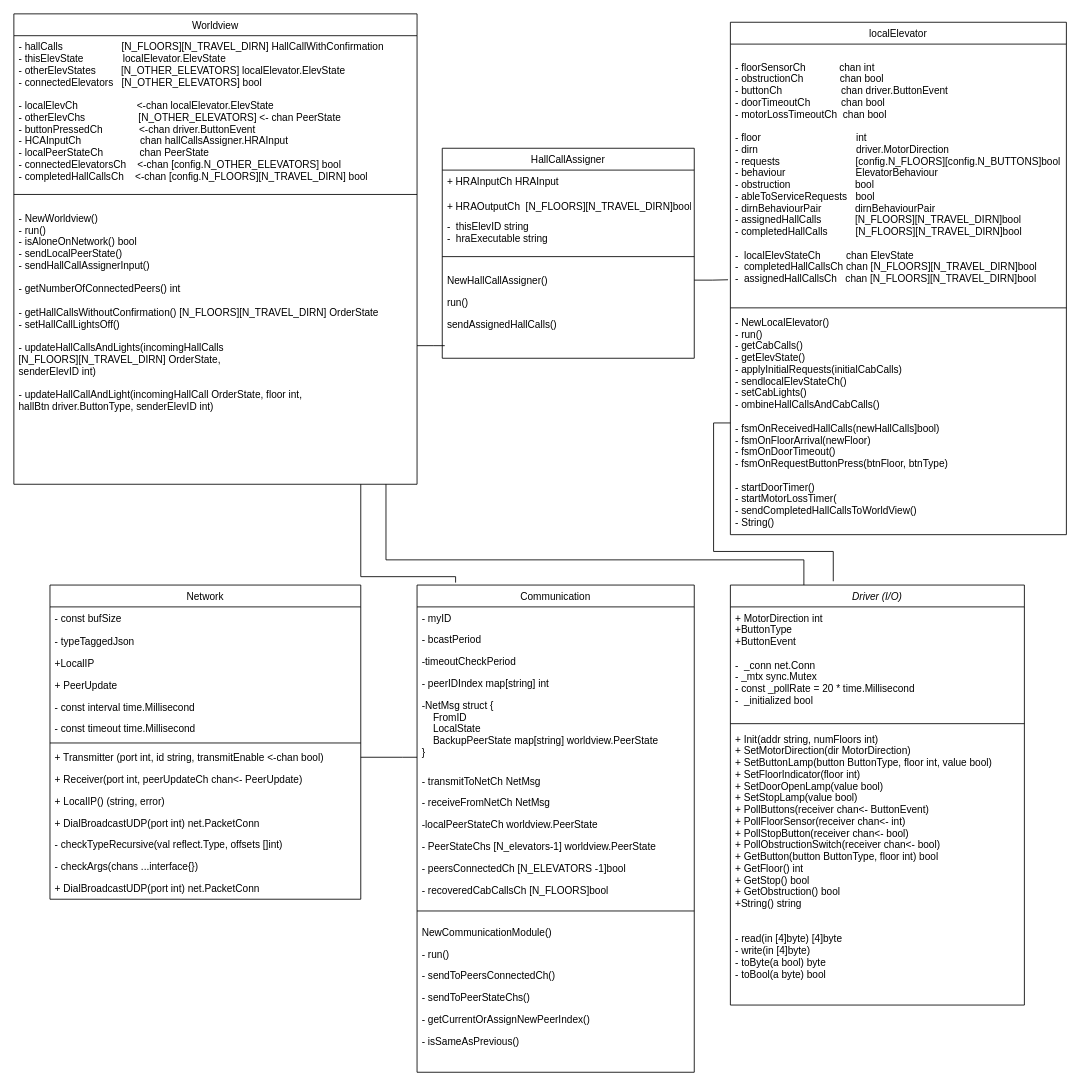
Above: Diagrammer/final_class_diagram.drawio in MathiasSagerup/Sanntid (draw.io), before the change. Source tidied: cells renumbered, new cells numbered last; positions are measured from the earlier drawing's top-left corner, leaving out a move shared by most shapes. Both pictures are drawn from the tidied source at 84%, with x=0, y=0 at pixel (13, 13).
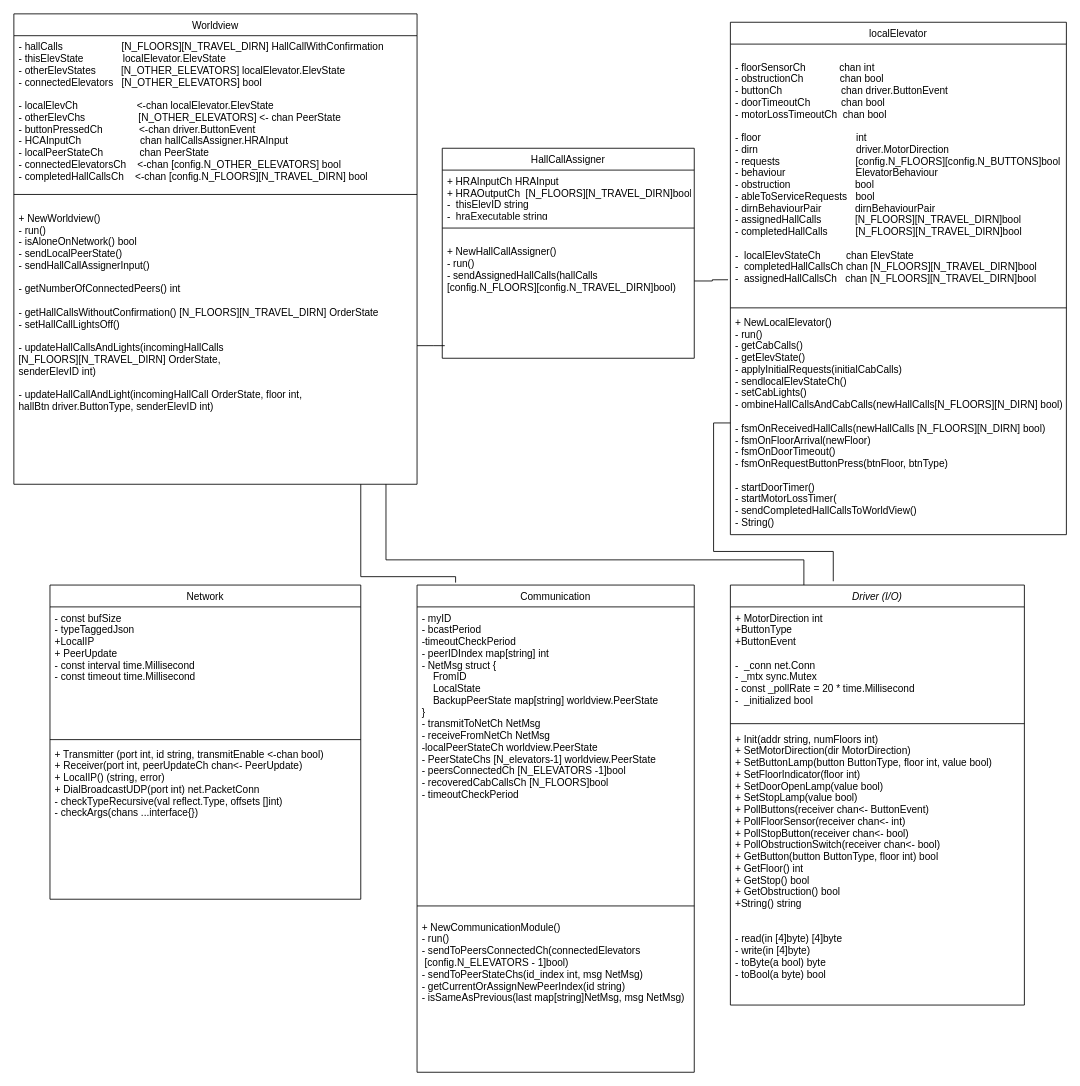
After the change.

Unchanged cells that the change refers to:
```xml
<mxCell id="6" value="localElevator" style="swimlane;fontStyle=0;align=center;verticalAlign=top;horizontal=1;startSize=26;rounded=0;shadow=0;strokeWidth=1;" parent="1" vertex="1">
  <mxGeometry x="853" y="10" width="400" height="610" as="geometry" />
</mxCell>
<mxCell id="10" value="Communication" style="swimlane;fontStyle=0;align=center;verticalAlign=top;horizontal=1;startSize=26;rounded=0;shadow=0;strokeWidth=1;" parent="1" vertex="1">
  <mxGeometry x="480" y="680" width="330" height="580" as="geometry" />
</mxCell>
<mxCell id="29" value="Worldview" style="swimlane;fontStyle=0;align=center;verticalAlign=top;horizontal=1;startSize=26;rounded=0;shadow=0;strokeWidth=1;" parent="1" vertex="1">
  <mxGeometry width="480" height="560" as="geometry" />
</mxCell>
<mxCell id="34" value="HallCallAssigner" style="swimlane;fontStyle=0;align=center;verticalAlign=top;horizontal=1;startSize=26;rounded=0;shadow=0;strokeWidth=1;" parent="1" vertex="1">
  <mxGeometry x="510" y="160" width="300" height="250" as="geometry" />
</mxCell>
<mxCell id="42" value="Network" style="swimlane;fontStyle=0;align=center;verticalAlign=top;horizontal=1;startSize=26;rounded=0;shadow=0;strokeWidth=1;" parent="1" vertex="1">
  <mxGeometry x="43" y="680" width="370" height="374" as="geometry" />
</mxCell>
```

Diff of the diagram source:
```diff
@@
-    <mxCell id="9" value="- NewLocalElevator()&#10;- run()&#10;- getCabCalls()&#10;- getElevState()&#10;- applyInitialRequests(initialCabCalls)&#10;- sendlocalElevStateCh()&#10;- setCabLights()&#10;- ombineHallCallsAndCabCalls()&#10;&#10;- fsmOnReceivedHallCalls(newHallCalls]bool)&#10;- fsmOnFloorArrival(newFloor)&#10;- fsmOnDoorTimeout()&#10;- fsmOnRequestButtonPress(btnFloor, btnType)&#10;&#10;- startDoorTimer()&#10;- startMotorLossTimer(&#10;- sendCompletedHallCallsToWorldView()&#10;- String()&#10;&#10;&#10;" style="text;align=left;verticalAlign=top;spacingLeft=4;spacingRight=4;overflow=hidden;points=[[0,0.5],[1,0.5]];portConstraint=eastwest;rounded=0;shadow=0;html=0;" parent="6" vertex="1">
+    <mxCell id="9" value="+ NewLocalElevator()&#10;- run()&#10;- getCabCalls()&#10;- getElevState()&#10;- applyInitialRequests(initialCabCalls)&#10;- sendlocalElevStateCh()&#10;- setCabLights()&#10;- ombineHallCallsAndCabCalls(newHallCalls[N_FLOORS][N_DIRN] bool)&#10;&#10;- fsmOnReceivedHallCalls(newHallCalls [N_FLOORS][N_DIRN] bool)&#10;- fsmOnFloorArrival(newFloor)&#10;- fsmOnDoorTimeout()&#10;- fsmOnRequestButtonPress(btnFloor, btnType)&#10;&#10;- startDoorTimer()&#10;- startMotorLossTimer(&#10;- sendCompletedHallCallsToWorldView()&#10;- String()&#10;&#10;&#10;" style="text;align=left;verticalAlign=top;spacingLeft=4;spacingRight=4;overflow=hidden;points=[[0,0.5],[1,0.5]];portConstraint=eastwest;rounded=0;shadow=0;html=0;" parent="6" vertex="1">
       <mxGeometry y="344" width="400" height="266" as="geometry" />
     </mxCell>
@@
-    <mxCell id="11" value="- myID" style="text;align=left;verticalAlign=top;spacingLeft=4;spacingRight=4;overflow=hidden;rounded=0;shadow=0;html=0;" parent="10" vertex="1">
-      <mxGeometry y="26" width="330" height="26" as="geometry" />
+    <mxCell id="11" value="- myID&#10;- bcastPeriod&#10;-timeoutCheckPeriod&#10;- peerIDIndex map[string] int&#10;- NetMsg struct {&#10;    FromID&#10;    LocalState&#10;    BackupPeerState map[string] worldview.PeerState&#10;}&#10;- transmitToNetCh NetMsg&#10;- receiveFromNetCh NetMsg&#10;-localPeerStateCh worldview.PeerState&#10;- PeerStateChs [N_elevators-1] worldview.PeerState&#10;- peersConnectedCh [N_ELEVATORS -1]bool&#10;- recoveredCabCallsCh [N_FLOORS]bool&#10;- timeoutCheckPeriod" style="text;align=left;verticalAlign=top;spacingLeft=4;spacingRight=4;overflow=hidden;rounded=0;shadow=0;html=0;" parent="10" vertex="1">
+      <mxGeometry y="26" width="330" height="344" as="geometry" />
     </mxCell>
-    <mxCell id="12" value="- bcastPeriod" style="text;align=left;verticalAlign=top;spacingLeft=4;spacingRight=4;overflow=hidden;rounded=0;shadow=0;html=0;" parent="10" vertex="1">
-      <mxGeometry y="52" width="330" height="26" as="geometry" />
-    </mxCell>
-    <mxCell id="13" value="-timeoutCheckPeriod" style="text;align=left;verticalAlign=top;spacingLeft=4;spacingRight=4;overflow=hidden;rounded=0;shadow=0;html=0;" parent="10" vertex="1">
-      <mxGeometry y="78" width="330" height="26" as="geometry" />
-    </mxCell>
-    <mxCell id="14" value="- peerIDIndex map[string] int" style="text;align=left;verticalAlign=top;spacingLeft=4;spacingRight=4;overflow=hidden;rounded=0;shadow=0;html=0;" parent="10" vertex="1">
-      <mxGeometry y="104" width="330" height="26" as="geometry" />
-    </mxCell>
-    <mxCell id="15" value="-NetMsg struct {&#10;    FromID&#10;    LocalState&#10;    BackupPeerState map[string] worldview.PeerState&#10;}&#10;" style="text;align=left;verticalAlign=top;spacingLeft=4;spacingRight=4;overflow=hidden;points=[[0,0.5],[1,0.5]];portConstraint=eastwest;rounded=0;shadow=0;html=0;" parent="10" vertex="1">
-      <mxGeometry y="130" width="330" height="90" as="geometry" />
-    </mxCell>
-    <mxCell id="16" value="- transmitToNetCh NetMsg" style="text;align=left;verticalAlign=top;spacingLeft=4;spacingRight=4;overflow=hidden;rounded=0;shadow=0;html=0;" parent="10" vertex="1">
-      <mxGeometry y="220" width="330" height="26" as="geometry" />
-    </mxCell>
-    <mxCell id="17" value="- receiveFromNetCh NetMsg" style="text;align=left;verticalAlign=top;spacingLeft=4;spacingRight=4;overflow=hidden;rounded=0;shadow=0;html=0;" parent="10" vertex="1">
-      <mxGeometry y="246" width="330" height="26" as="geometry" />
-    </mxCell>
-    <mxCell id="18" value="-localPeerStateCh worldview.PeerState" style="text;align=left;verticalAlign=top;spacingLeft=4;spacingRight=4;overflow=hidden;rounded=0;shadow=0;html=0;" parent="10" vertex="1">
-      <mxGeometry y="272" width="330" height="26" as="geometry" />
-    </mxCell>
-    <mxCell id="19" value="- PeerStateChs [N_elevators-1] worldview.PeerState" style="text;align=left;verticalAlign=top;spacingLeft=4;spacingRight=4;overflow=hidden;rounded=0;shadow=0;html=0;" parent="10" vertex="1">
-      <mxGeometry y="298" width="330" height="26" as="geometry" />
-    </mxCell>
-    <mxCell id="20" value="- peersConnectedCh [N_ELEVATORS -1]bool" style="text;align=left;verticalAlign=top;spacingLeft=4;spacingRight=4;overflow=hidden;rounded=0;shadow=0;html=0;" parent="10" vertex="1">
-      <mxGeometry y="324" width="330" height="26" as="geometry" />
-    </mxCell>
-    <mxCell id="21" value="- recoveredCabCallsCh [N_FLOORS]bool" style="text;align=left;verticalAlign=top;spacingLeft=4;spacingRight=4;overflow=hidden;rounded=0;shadow=0;html=0;" parent="10" vertex="1">
-      <mxGeometry y="350" width="330" height="26" as="geometry" />
-    </mxCell>
     <mxCell id="22" style="line;html=1;strokeWidth=1;align=left;verticalAlign=middle;spacingTop=-1;spacingLeft=3;spacingRight=3;labelPosition=right;" parent="10" vertex="1">
-      <mxGeometry y="376" width="330" height="24" as="geometry" />
+      <mxGeometry y="370" width="330" height="24" as="geometry" />
     </mxCell>
-    <mxCell id="23" value="NewCommunicationModule()" style="text;align=left;verticalAlign=top;spacingLeft=4;spacingRight=4;overflow=hidden;fontStyle=0;" parent="10" vertex="1">
-      <mxGeometry y="400" width="330" height="26" as="geometry" />
+    <mxCell id="23" value="+ NewCommunicationModule()&#10;- run()&#10;- sendToPeersConnectedCh(connectedElevators&#10; [config.N_ELEVATORS - 1]bool)&#10;- sendToPeerStateChs(id_index int, msg NetMsg) &#10;- getCurrentOrAssignNewPeerIndex(id string) &#10;- isSameAsPrevious(last map[string]NetMsg, msg NetMsg)  &#10;" style="text;align=left;verticalAlign=top;spacingLeft=4;spacingRight=4;overflow=hidden;fontStyle=0;" parent="10" vertex="1">
+      <mxGeometry y="394" width="330" height="176" as="geometry" />
     </mxCell>
-    <mxCell id="24" value="- run()" style="text;align=left;verticalAlign=top;spacingLeft=4;spacingRight=4;overflow=hidden;" parent="10" vertex="1">
-      <mxGeometry y="426" width="330" height="26" as="geometry" />
-    </mxCell>
-    <mxCell id="25" value="- sendToPeersConnectedCh()    " style="text;align=left;verticalAlign=top;spacingLeft=4;spacingRight=4;overflow=hidden;" parent="10" vertex="1">
-      <mxGeometry y="452" width="330" height="26" as="geometry" />
-    </mxCell>
-    <mxCell id="26" value="- sendToPeerStateChs()" style="text;align=left;verticalAlign=top;spacingLeft=4;spacingRight=4;overflow=hidden;" parent="10" vertex="1">
-      <mxGeometry y="478" width="330" height="26" as="geometry" />
-    </mxCell>
-    <mxCell id="27" value="- getCurrentOrAssignNewPeerIndex()" style="text;align=left;verticalAlign=top;spacingLeft=4;spacingRight=4;overflow=hidden;" parent="10" vertex="1">
-      <mxGeometry y="504" width="330" height="26" as="geometry" />
-    </mxCell>
-    <mxCell id="28" value="- isSameAsPrevious()" style="text;align=left;verticalAlign=top;spacingLeft=4;spacingRight=4;overflow=hidden;" parent="10" vertex="1">
-      <mxGeometry y="530" width="330" height="26" as="geometry" />
-    </mxCell>
@@
-    <mxCell id="33" value="- NewWorldview()&#10;- run()&#10;- isAloneOnNetwork() bool&#10;- sendLocalPeerState()&#10;- sendHallCallAssignerInput()&#10;&#10;- getNumberOfConnectedPeers() int&#10;&#10;- getHallCallsWithoutConfirmation() [N_FLOORS][N_TRAVEL_DIRN] OrderState&#10;- setHallCallLightsOff()&#10;&#10;- updateHallCallsAndLights(incomingHallCalls &#10;[N_FLOORS][N_TRAVEL_DIRN] OrderState, &#10;senderElevID int)&#10;&#10;- updateHallCallAndLight(incomingHallCall OrderState, floor int, &#10;hallBtn driver.ButtonType, senderElevID int)&#10;&#10;" style="text;align=left;verticalAlign=top;spacingLeft=4;spacingRight=4;overflow=hidden;points=[[0,0.5],[1,0.5]];portConstraint=eastwest;rounded=0;shadow=0;html=0;" parent="29" vertex="1">
+    <mxCell id="33" value="+ NewWorldview()&#10;- run()&#10;- isAloneOnNetwork() bool&#10;- sendLocalPeerState()&#10;- sendHallCallAssignerInput()&#10;&#10;- getNumberOfConnectedPeers() int&#10;&#10;- getHallCallsWithoutConfirmation() [N_FLOORS][N_TRAVEL_DIRN] OrderState&#10;- setHallCallLightsOff()&#10;&#10;- updateHallCallsAndLights(incomingHallCalls &#10;[N_FLOORS][N_TRAVEL_DIRN] OrderState, &#10;senderElevID int)&#10;&#10;- updateHallCallAndLight(incomingHallCall OrderState, floor int, &#10;hallBtn driver.ButtonType, senderElevID int)&#10;&#10;" style="text;align=left;verticalAlign=top;spacingLeft=4;spacingRight=4;overflow=hidden;points=[[0,0.5],[1,0.5]];portConstraint=eastwest;rounded=0;shadow=0;html=0;" parent="29" vertex="1">
       <mxGeometry y="230" width="480" height="330" as="geometry" />
     </mxCell>
@@
-    <mxCell id="35" value="+ HRAInputCh HRAInput" style="text;align=left;verticalAlign=top;spacingLeft=4;spacingRight=4;overflow=hidden;rounded=0;shadow=0;html=0;" parent="34" vertex="1">
-      <mxGeometry y="26" width="300" height="30" as="geometry" />
+    <mxCell id="35" value="+ HRAInputCh HRAInput&#10;+ HRAOutputCh  [N_FLOORS][N_TRAVEL_DIRN]bool&#10;-  thisElevID string&#10;-  hraExecutable string" style="text;align=left;verticalAlign=top;spacingLeft=4;spacingRight=4;overflow=hidden;rounded=0;shadow=0;html=0;" parent="34" vertex="1">
+      <mxGeometry y="26" width="300" height="54" as="geometry" />
     </mxCell>
-    <mxCell id="36" value="+ HRAOutputCh  [N_FLOORS][N_TRAVEL_DIRN]bool" style="text;align=left;verticalAlign=top;spacingLeft=4;spacingRight=4;overflow=hidden;rounded=0;shadow=0;html=0;" parent="34" vertex="1">
-      <mxGeometry y="56" width="300" height="24" as="geometry" />
-    </mxCell>
-    <mxCell id="37" value="-  thisElevID string&#10;-  hraExecutable string" style="text;align=left;verticalAlign=top;spacingLeft=4;spacingRight=4;overflow=hidden;rounded=0;shadow=0;html=0;" parent="34" vertex="1">
-      <mxGeometry y="80" width="300" height="34" as="geometry" />
-    </mxCell>
     <mxCell id="38" style="line;html=1;strokeWidth=1;align=left;verticalAlign=middle;spacingTop=-1;spacingLeft=3;spacingRight=3;labelPosition=right;" parent="34" vertex="1">
-      <mxGeometry y="114" width="300" height="30" as="geometry" />
+      <mxGeometry y="80" width="300" height="30" as="geometry" />
     </mxCell>
-    <mxCell id="39" value="NewHallCallAssigner()" style="text;align=left;verticalAlign=top;spacingLeft=4;spacingRight=4;overflow=hidden;points=[[0,0.5],[1,0.5]];portConstraint=eastwest;rounded=0;shadow=0;html=0;" parent="34" vertex="1">
-      <mxGeometry y="144" width="300" height="26" as="geometry" />
+    <mxCell id="39" value="+ NewHallCallAssigner()&#10;- run()&#10;- sendAssignedHallCalls(hallCalls &#10;[config.N_FLOORS][config.N_TRAVEL_DIRN]bool)" style="text;align=left;verticalAlign=top;spacingLeft=4;spacingRight=4;overflow=hidden;points=[[0,0.5],[1,0.5]];portConstraint=eastwest;rounded=0;shadow=0;html=0;" parent="34" vertex="1">
+      <mxGeometry y="110" width="300" height="96" as="geometry" />
     </mxCell>
-    <mxCell id="40" value="run()" style="text;align=left;verticalAlign=top;spacingLeft=4;spacingRight=4;overflow=hidden;rounded=0;shadow=0;html=0;" parent="34" vertex="1">
-      <mxGeometry y="170" width="300" height="26" as="geometry" />
-    </mxCell>
-    <mxCell id="41" value="sendAssignedHallCalls()" style="text;align=left;verticalAlign=top;spacingLeft=4;spacingRight=4;overflow=hidden;rounded=0;shadow=0;html=0;" parent="34" vertex="1">
-      <mxGeometry y="196" width="300" height="26" as="geometry" />
-    </mxCell>
@@
-    <mxCell id="43" value="- const bufSize " style="text;align=left;verticalAlign=top;spacingLeft=4;spacingRight=4;overflow=hidden;" parent="42" vertex="1">
-      <mxGeometry y="26" width="370" height="28" as="geometry" />
+    <mxCell id="43" value="- const bufSize&#10;- typeTaggedJson&#10;+LocalIP&#10;+ PeerUpdate&#10;- const interval time.Millisecond&#10;- const timeout time.Millisecond&#10; " style="text;align=left;verticalAlign=top;spacingLeft=4;spacingRight=4;overflow=hidden;" parent="42" vertex="1">
+      <mxGeometry y="26" width="370" height="154" as="geometry" />
     </mxCell>
-    <mxCell id="44" value="- typeTaggedJson" style="text;align=left;verticalAlign=top;spacingLeft=4;spacingRight=4;overflow=hidden;rounded=0;shadow=0;html=0;" parent="42" vertex="1">
-      <mxGeometry y="54" width="370" height="26" as="geometry" />
-    </mxCell>
-    <mxCell id="45" value="+LocalIP" style="text;align=left;verticalAlign=top;spacingLeft=4;spacingRight=4;overflow=hidden;rounded=0;shadow=0;html=0;" parent="42" vertex="1">
-      <mxGeometry y="80" width="370" height="26" as="geometry" />
-    </mxCell>
-    <mxCell id="46" value="+ PeerUpdate" style="text;align=left;verticalAlign=top;spacingLeft=4;spacingRight=4;overflow=hidden;rounded=0;shadow=0;html=0;" parent="42" vertex="1">
-      <mxGeometry y="106" width="370" height="26" as="geometry" />
-    </mxCell>
-    <mxCell id="47" value="- const interval time.Millisecond" style="text;align=left;verticalAlign=top;spacingLeft=4;spacingRight=4;overflow=hidden;rounded=0;shadow=0;html=0;" parent="42" vertex="1">
-      <mxGeometry y="132" width="370" height="26" as="geometry" />
-    </mxCell>
-    <mxCell id="48" value="- const timeout time.Millisecond" style="text;align=left;verticalAlign=top;spacingLeft=4;spacingRight=4;overflow=hidden;rounded=0;shadow=0;html=0;" parent="42" vertex="1">
-      <mxGeometry y="158" width="370" height="26" as="geometry" />
-    </mxCell>
     <mxCell id="49" style="line;html=1;strokeWidth=1;align=left;verticalAlign=middle;spacingTop=-1;spacingLeft=3;spacingRight=3;labelPosition=right;" parent="42" vertex="1">
-      <mxGeometry y="184" width="370" height="8" as="geometry" />
+      <mxGeometry y="180" width="370" height="8" as="geometry" />
     </mxCell>
-    <mxCell id="50" value="+ Transmitter (port int, id string, transmitEnable &lt;-chan bool)" style="text;align=left;verticalAlign=top;spacingLeft=4;spacingRight=4;overflow=hidden;points=[[0,0.5],[1,0.5]];portConstraint=eastwest;rounded=0;shadow=0;html=0;" parent="42" vertex="1">
-      <mxGeometry y="192" width="370" height="26" as="geometry" />
+    <mxCell id="50" value="+ Transmitter (port int, id string, transmitEnable &lt;-chan bool)&#10;+ Receiver(port int, peerUpdateCh chan&lt;- PeerUpdate)&#10;+ LocalIP() (string, error)&#10;+ DialBroadcastUDP(port int) net.PacketConn&#10;- checkTypeRecursive(val reflect.Type, offsets []int)&#10;- checkArgs(chans ...interface{})" style="text;align=left;verticalAlign=top;spacingLeft=4;spacingRight=4;overflow=hidden;points=[[0,0.5],[1,0.5]];portConstraint=eastwest;rounded=0;shadow=0;html=0;" parent="42" vertex="1">
+      <mxGeometry y="188" width="370" height="178" as="geometry" />
     </mxCell>
-    <mxCell id="51" value="+ Receiver(port int, peerUpdateCh chan&lt;- PeerUpdate)" style="text;align=left;verticalAlign=top;spacingLeft=4;spacingRight=4;overflow=hidden;rounded=0;shadow=0;html=0;" parent="42" vertex="1">
-      <mxGeometry y="218" width="370" height="26" as="geometry" />
-    </mxCell>
-    <mxCell id="52" value="+ LocalIP() (string, error)" style="text;align=left;verticalAlign=top;spacingLeft=4;spacingRight=4;overflow=hidden;rounded=0;shadow=0;html=0;" parent="42" vertex="1">
-      <mxGeometry y="244" width="370" height="26" as="geometry" />
-    </mxCell>
-    <mxCell id="53" value="+ DialBroadcastUDP(port int) net.PacketConn" style="text;align=left;verticalAlign=top;spacingLeft=4;spacingRight=4;overflow=hidden;rounded=0;shadow=0;html=0;" parent="42" vertex="1">
-      <mxGeometry y="270" width="370" height="26" as="geometry" />
-    </mxCell>
-    <mxCell id="54" value="- checkTypeRecursive(val reflect.Type, offsets []int)" style="text;align=left;verticalAlign=top;spacingLeft=4;spacingRight=4;overflow=hidden;rounded=0;shadow=0;html=0;" parent="42" vertex="1">
-      <mxGeometry y="296" width="370" height="26" as="geometry" />
-    </mxCell>
-    <mxCell id="55" value="- checkArgs(chans ...interface{})" style="text;align=left;verticalAlign=top;spacingLeft=4;spacingRight=4;overflow=hidden;rounded=0;shadow=0;html=0;" parent="42" vertex="1">
-      <mxGeometry y="322" width="370" height="26" as="geometry" />
-    </mxCell>
-    <mxCell id="56" value="+ DialBroadcastUDP(port int) net.PacketConn" style="text;align=left;verticalAlign=top;spacingLeft=4;spacingRight=4;overflow=hidden;rounded=0;shadow=0;html=0;" parent="42" vertex="1">
-      <mxGeometry y="348" width="370" height="26" as="geometry" />
-    </mxCell>
@@
-    <mxCell id="60" style="edgeStyle=orthogonalEdgeStyle;rounded=0;jettySize=auto;html=1;endArrow=none;endFill=0;" parent="1" edge="1" source="15" target="50">
-      <mxGeometry relative="1" as="geometry">
-        <Array as="points">
-          <mxPoint x="463" y="885" />
-          <mxPoint x="463" y="885" />
-        </Array>
-      </mxGeometry>
-    </mxCell>
```
